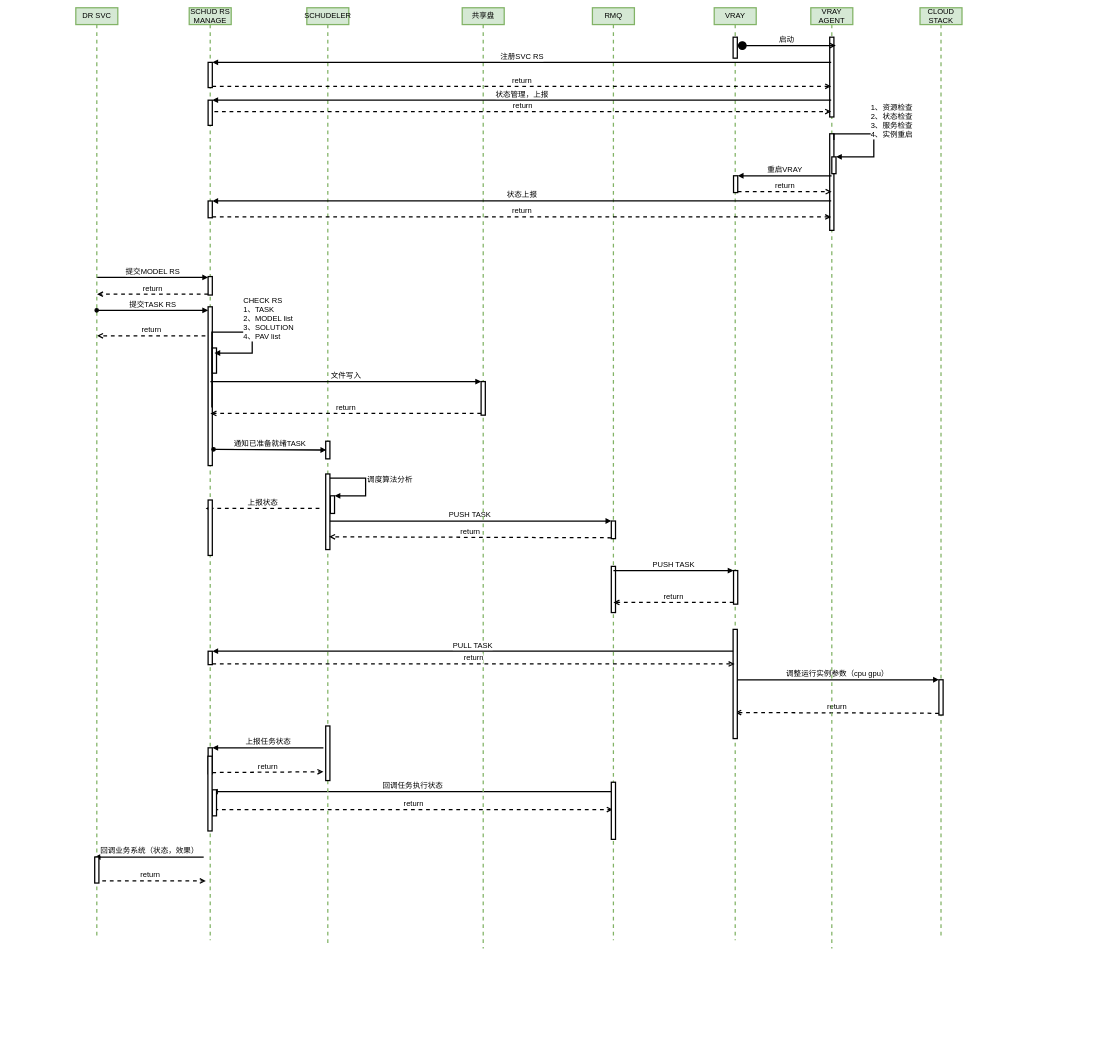
The draw.io diagram 平台2.0/云渲染调度时序图.drawio in Msimplehub/abbysun, before the edit. Source tidied: cells renumbered, new cells numbered last; positions are measured from the earlier drawing's top-left corner, leaving out a move shared by most shapes. Both pictures are drawn from the tidied source at 42%, with x=0, y=0 at pixel (76, 8).
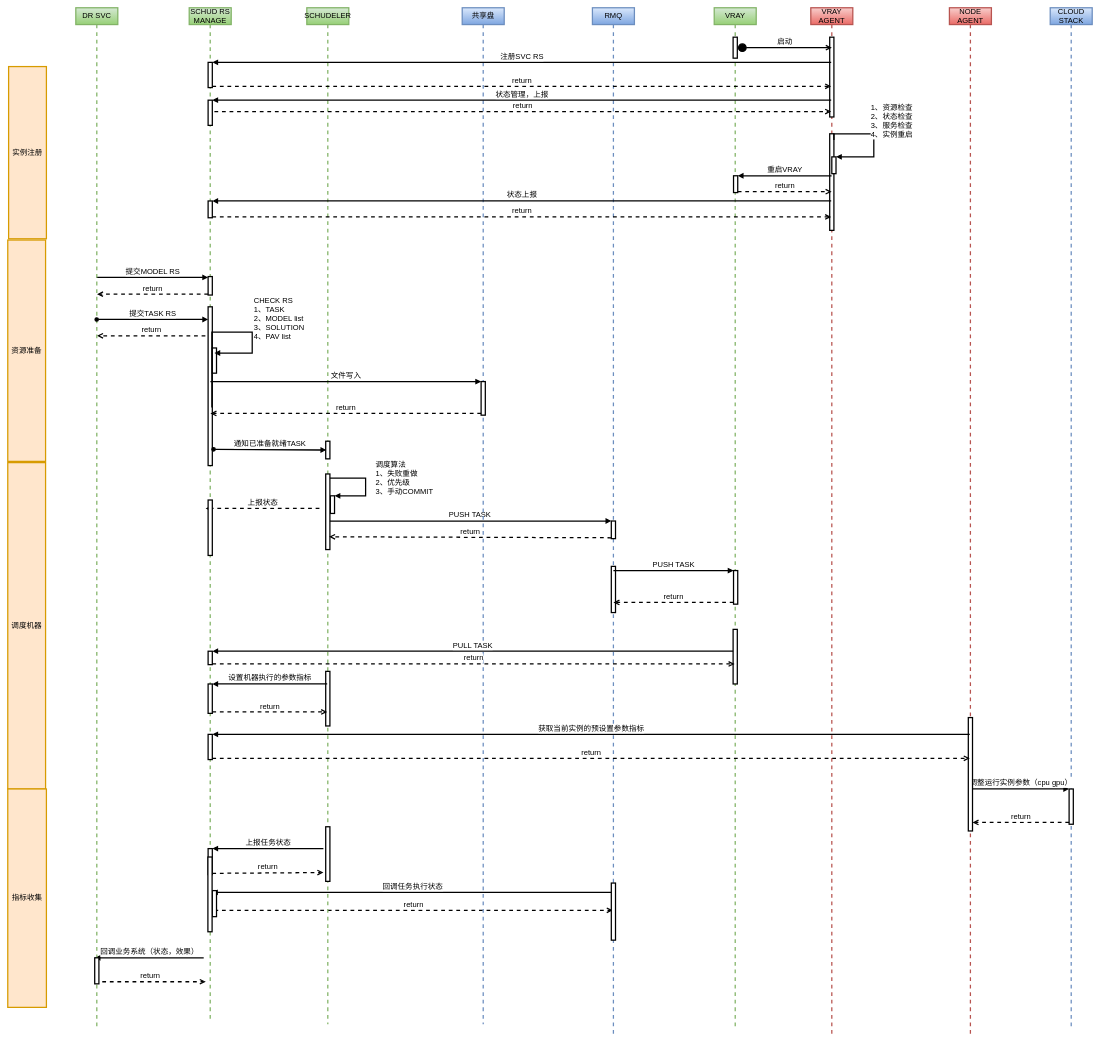
The same page after the edit.

Commit message (it also covers changes not shown here):
Update 云渲染调度时序图.drawio

The change refers to these unchanged cells:
```xml
<mxCell id="24" style="html=1;points=[];perimeter=orthogonalPerimeter;strokeWidth=3;fontSize=18;" parent="23" vertex="1">
  <mxGeometry x="45" y="712" width="10" height="378" as="geometry" />
</mxCell>
<mxCell id="38" style="html=1;points=[];perimeter=orthogonalPerimeter;strokeWidth=3;fontSize=18;" parent="36" vertex="1">
  <mxGeometry x="56" y="1162" width="10" height="42" as="geometry" />
</mxCell>
<mxCell id="52" style="html=1;points=[];perimeter=orthogonalPerimeter;fontSize=18;strokeWidth=3;" parent="48" vertex="1">
  <mxGeometry x="45" y="70" width="10" height="50" as="geometry" />
</mxCell>
```

Diff of the diagram source:
```diff
@@
-    <mxCell id="2" value="CLOUD STACK" style="shape=umlLifeline;perimeter=lifelinePerimeter;whiteSpace=wrap;html=1;fillColor=#d5e8d4;strokeColor=#82b366;strokeWidth=3;fontSize=18;" parent="1" vertex="1">
-      <mxGeometry x="2010" width="100" height="2210" as="geometry" />
+    <mxCell id="2" value="CLOUD STACK" style="shape=umlLifeline;perimeter=lifelinePerimeter;whiteSpace=wrap;html=1;fillColor=#dae8fc;strokeWidth=3;fontSize=18;strokeColor=#6c8ebf;gradientColor=#7ea6e0;" parent="1" vertex="1">
+      <mxGeometry x="2320" width="100" height="2430" as="geometry" />
     </mxCell>
     <mxCell id="3" style="html=1;points=[];perimeter=orthogonalPerimeter;strokeWidth=3;fontSize=18;" parent="2" vertex="1">
-      <mxGeometry x="45" y="1600" width="10" height="84" as="geometry" />
+      <mxGeometry x="45" y="1860" width="10" height="84" as="geometry" />
     </mxCell>
@@
-    <mxCell id="7" value="回调任务执行状态" style="html=1;verticalAlign=bottom;endArrow=block;rounded=0;entryX=0.943;entryY=0.329;entryDx=0;entryDy=0;entryPerimeter=0;strokeWidth=3;fontSize=18;" parent="1" edge="1" source="44">
+    <mxCell id="7" value="回调任务执行状态" style="html=1;verticalAlign=bottom;endArrow=block;rounded=0;entryX=0.943;entryY=0.329;entryDx=0;entryDy=0;entryPerimeter=0;strokeWidth=3;fontSize=18;" parent="1" edge="1">
       <mxGeometry relative="1" as="geometry">
-        <mxPoint x="324.4" y="1866.4" as="targetPoint" />
+        <mxPoint x="1278.5" y="2106.4" as="sourcePoint" />
+        <mxPoint x="324.4" y="2106.4" as="targetPoint" />
       </mxGeometry>
     </mxCell>
-    <mxCell id="8" value="return" style="html=1;verticalAlign=bottom;endArrow=open;dashed=1;endSize=8;rounded=0;strokeWidth=3;fontSize=18;" parent="1" edge="1" target="44">
+    <mxCell id="8" value="return" style="html=1;verticalAlign=bottom;endArrow=open;dashed=1;endSize=8;rounded=0;strokeWidth=3;fontSize=18;" parent="1" edge="1">
       <mxGeometry relative="1" as="geometry">
-        <mxPoint x="330" y="1909" as="sourcePoint" />
+        <mxPoint x="330" y="2149" as="sourcePoint" />
+        <mxPoint x="1278.5" y="2149" as="targetPoint" />
       </mxGeometry>
     </mxCell>
     <mxCell id="9" value="回调业务系统（状态，效果）" style="html=1;verticalAlign=bottom;endArrow=block;entryX=1;entryY=0;rounded=0;strokeWidth=3;fontSize=18;" parent="1" edge="1">
       <mxGeometry relative="1" as="geometry">
-        <mxPoint x="304.5" y="2022" as="sourcePoint" />
-        <mxPoint x="45" y="2022" as="targetPoint" />
+        <mxPoint x="304.5" y="2262" as="sourcePoint" />
+        <mxPoint x="45" y="2262" as="targetPoint" />
       </mxGeometry>
     </mxCell>
     <mxCell id="10" value="return" style="html=1;verticalAlign=bottom;endArrow=open;dashed=1;endSize=8;exitX=1;exitY=0.95;rounded=0;strokeWidth=3;fontSize=18;" parent="1" edge="1">
       <mxGeometry relative="1" as="geometry">
-        <mxPoint x="45" y="2079" as="sourcePoint" />
-        <mxPoint x="309.5" y="2079" as="targetPoint" />
+        <mxPoint x="45" y="2319" as="sourcePoint" />
+        <mxPoint x="309.5" y="2319" as="targetPoint" />
       </mxGeometry>
     </mxCell>
     <mxCell id="11" value="上报任务状态" style="html=1;verticalAlign=bottom;endArrow=block;entryX=1;entryY=0;rounded=0;strokeWidth=3;fontSize=18;" parent="1" edge="1" target="30">
       <mxGeometry relative="1" as="geometry">
-        <mxPoint x="589.5" y="1762" as="sourcePoint" />
+        <mxPoint x="589.5" y="2002" as="sourcePoint" />
       </mxGeometry>
     </mxCell>
     <mxCell id="12" value="return" style="html=1;verticalAlign=bottom;endArrow=open;dashed=1;endSize=8;exitX=1;exitY=0.95;rounded=0;strokeWidth=3;fontSize=18;" parent="1" edge="1" source="30">
       <mxGeometry relative="1" as="geometry">
-        <mxPoint x="589.5" y="1819" as="targetPoint" />
+        <mxPoint x="589.5" y="2059" as="targetPoint" />
       </mxGeometry>
     </mxCell>
@@
-    <mxCell id="14" value="调整运行实例参数（cpu gpu）" style="html=1;verticalAlign=bottom;endArrow=block;entryX=0;entryY=0;rounded=0;strokeWidth=3;fontSize=18;" parent="1" edge="1" target="3">
-      <mxGeometry relative="1" as="geometry">
-        <mxPoint x="1570" y="1600" as="sourcePoint" />
-      </mxGeometry>
+    <mxCell id="14" value="调整运行实例参数（cpu gpu）" style="html=1;verticalAlign=bottom;endArrow=block;entryX=0;entryY=0;rounded=0;strokeWidth=3;fontSize=18;" parent="1" edge="1" source="78" target="3">
+      <mxGeometry relative="1" as="geometry" />
     </mxCell>
-    <mxCell id="15" value="return" style="html=1;verticalAlign=bottom;endArrow=open;dashed=1;endSize=8;exitX=0;exitY=0.95;rounded=0;strokeWidth=3;fontSize=18;" parent="1" edge="1" source="3">
-      <mxGeometry relative="1" as="geometry">
-        <mxPoint x="1570" y="1678" as="targetPoint" />
-      </mxGeometry>
+    <mxCell id="15" value="return" style="html=1;verticalAlign=bottom;endArrow=open;dashed=1;endSize=8;exitX=0;exitY=0.95;rounded=0;strokeWidth=3;fontSize=18;" parent="1" edge="1" source="3" target="78">
+      <mxGeometry relative="1" as="geometry" />
     </mxCell>
-    <mxCell id="16" value="VRAY AGENT" style="shape=umlLifeline;perimeter=lifelinePerimeter;whiteSpace=wrap;html=1;outlineConnect=0;fillColor=#d5e8d4;strokeColor=#82b366;strokeWidth=3;fontSize=18;" parent="1" vertex="1">
-      <mxGeometry x="1750" width="100" height="2240" as="geometry" />
+    <mxCell id="16" value="VRAY AGENT" style="shape=umlLifeline;perimeter=lifelinePerimeter;whiteSpace=wrap;html=1;outlineConnect=0;fillColor=#f8cecc;strokeWidth=3;fontSize=18;strokeColor=#b85450;gradientColor=#ea6b66;" parent="1" vertex="1">
+      <mxGeometry x="1750" width="100" height="2450" as="geometry" />
     </mxCell>
@@
-    <mxCell id="21" value="DR SVC" style="shape=umlLifeline;perimeter=lifelinePerimeter;whiteSpace=wrap;html=1;outlineConnect=0;fillColor=#d5e8d4;strokeColor=#82b366;strokeWidth=3;fontSize=18;" parent="16" vertex="1">
-      <mxGeometry x="-1750" width="100" height="2210" as="geometry" />
+    <mxCell id="21" value="DR SVC" style="shape=umlLifeline;perimeter=lifelinePerimeter;whiteSpace=wrap;html=1;outlineConnect=0;fillColor=#d5e8d4;strokeWidth=3;fontSize=18;strokeColor=#82b366;gradientColor=#97d077;" parent="16" vertex="1">
+      <mxGeometry x="-1750" width="100" height="2430" as="geometry" />
     </mxCell>
     <mxCell id="22" style="html=1;perimeter=orthogonalPerimeter;strokeWidth=3;fontSize=18;" parent="21" vertex="1">
-      <mxGeometry x="45" y="2022" width="10" height="62" as="geometry" />
+      <mxGeometry x="45" y="2262" width="10" height="62" as="geometry" />
     </mxCell>
-    <mxCell id="23" value="SCHUD RS MANAGE" style="shape=umlLifeline;perimeter=lifelinePerimeter;whiteSpace=wrap;html=1;outlineConnect=0;fillColor=#d5e8d4;strokeColor=#82b366;strokeWidth=3;fontSize=18;" parent="16" vertex="1">
-      <mxGeometry x="-1480" width="100" height="2220" as="geometry" />
+    <mxCell id="23" value="SCHUD RS MANAGE" style="shape=umlLifeline;perimeter=lifelinePerimeter;whiteSpace=wrap;html=1;outlineConnect=0;fillColor=#d5e8d4;strokeWidth=3;fontSize=18;strokeColor=#82b366;gradientColor=#97d077;" parent="16" vertex="1">
+      <mxGeometry x="-1480" width="100" height="2410" as="geometry" />
     </mxCell>
@@
-    <mxCell id="28" value="CHECK RS&lt;br style=&quot;font-size: 18px&quot;&gt;1、TASK&lt;br style=&quot;font-size: 18px&quot;&gt;2、MODEL list&lt;br style=&quot;font-size: 18px&quot;&gt;3、SOLUTION&lt;br&gt;4、PAV list" style="edgeStyle=orthogonalEdgeStyle;html=1;align=left;spacingLeft=2;endArrow=block;rounded=0;exitX=0.9;exitY=0.634;exitDx=0;exitDy=0;exitPerimeter=0;strokeWidth=3;fontSize=18;" parent="23" edge="1" source="24">
-      <mxGeometry x="0.21" y="30" relative="1" as="geometry">
+    <mxCell id="28" value="CHECK RS&lt;br style=&quot;font-size: 18px&quot;&gt;1、TASK&lt;br style=&quot;font-size: 18px&quot;&gt;2、MODEL list&lt;br style=&quot;font-size: 18px&quot;&gt;3、SOLUTION&lt;br&gt;4、PAV list" style="edgeStyle=orthogonalEdgeStyle;html=1;align=left;spacingLeft=2;endArrow=block;rounded=0;exitX=0.9;exitY=0.634;exitDx=0;exitDy=0;exitPerimeter=0;strokeWidth=3;fontSize=18;" parent="23" edge="1">
+      <mxGeometry x="0.33" y="-32" relative="1" as="geometry">
+        <mxPoint x="54" y="951.7" as="sourcePoint" />
         <mxPoint x="60" y="822" as="targetPoint" />
         <Array as="points">
           <mxPoint x="54" y="772" />
           <mxPoint x="150" y="772" />
           <mxPoint x="150" y="822" />
         </Array>
-        <mxPoint y="-1" as="offset" />
+        <mxPoint x="32" y="-31" as="offset" />
       </mxGeometry>
     </mxCell>
     <mxCell id="29" style="html=1;perimeter=orthogonalPerimeter;strokeWidth=3;fontSize=18;" parent="23" vertex="1">
-      <mxGeometry x="55" y="1862" width="10" height="62" as="geometry" />
+      <mxGeometry x="55" y="2102" width="10" height="62" as="geometry" />
     </mxCell>
     <mxCell id="30" style="html=1;points=[];perimeter=orthogonalPerimeter;strokeWidth=3;fontSize=18;" parent="23" vertex="1">
-      <mxGeometry x="45" y="1762" width="10" height="62" as="geometry" />
+      <mxGeometry x="45" y="2002" width="10" height="62" as="geometry" />
     </mxCell>
@@
     <mxCell id="35" style="html=1;perimeter=orthogonalPerimeter;fontSize=18;strokeWidth=3;" parent="23" vertex="1">
-      <mxGeometry x="44.5" y="1782" width="10" height="178" as="geometry" />
+      <mxGeometry x="44.5" y="2022" width="10" height="178" as="geometry" />
     </mxCell>
+    <mxCell id="72" style="html=1;points=[];perimeter=orthogonalPerimeter;fontSize=18;strokeWidth=3;" parent="23" vertex="1">
+      <mxGeometry x="45" y="1610" width="10" height="70" as="geometry" />
+    </mxCell>
+    <mxCell id="73" style="html=1;points=[];perimeter=orthogonalPerimeter;fontSize=18;strokeWidth=3;" parent="23" vertex="1">
+      <mxGeometry x="45" y="1730" width="10" height="60" as="geometry" />
+    </mxCell>
-    <mxCell id="36" value="SCHUDELER" style="shape=umlLifeline;perimeter=lifelinePerimeter;whiteSpace=wrap;html=1;outlineConnect=0;fillColor=#d5e8d4;strokeColor=#82b366;strokeWidth=3;fontSize=18;" parent="16" vertex="1">
-      <mxGeometry x="-1200" width="100" height="2230" as="geometry" />
+    <mxCell id="36" value="SCHUDELER" style="shape=umlLifeline;perimeter=lifelinePerimeter;whiteSpace=wrap;html=1;outlineConnect=0;fillColor=#d5e8d4;strokeWidth=3;fontSize=18;strokeColor=#82b366;gradientColor=#97d077;" parent="16" vertex="1">
+      <mxGeometry x="-1200" width="100" height="2420" as="geometry" />
     </mxCell>
@@
-    <mxCell id="39" value="调度算法分析" style="edgeStyle=orthogonalEdgeStyle;html=1;align=left;spacingLeft=2;endArrow=block;rounded=0;entryX=1;entryY=0;strokeWidth=3;fontSize=18;" parent="36" edge="1" target="38">
-      <mxGeometry relative="1" as="geometry">
+    <mxCell id="39" value="调度算法&lt;br&gt;1、失败重做&lt;br&gt;2、优先级&lt;br&gt;3、手动COMMIT&lt;br&gt;" style="edgeStyle=orthogonalEdgeStyle;html=1;align=left;spacingLeft=2;endArrow=block;rounded=0;entryX=1;entryY=0;strokeWidth=3;fontSize=18;" parent="36" edge="1" target="38">
+      <mxGeometry x="-0.02" y="20" relative="1" as="geometry">
         <mxPoint x="51" y="1142" as="sourcePoint" />
         <Array as="points">
           <mxPoint x="51" y="1120" />
           <mxPoint x="140" y="1120" />
           <mxPoint x="140" y="1162" />
         </Array>
       </mxGeometry>
     </mxCell>
@@
     <mxCell id="41" style="html=1;perimeter=orthogonalPerimeter;fontSize=18;strokeWidth=3;" parent="36" vertex="1">
-      <mxGeometry x="45" y="1710" width="10" height="130" as="geometry" />
+      <mxGeometry x="45" y="1950" width="10" height="130" as="geometry" />
     </mxCell>
+    <mxCell id="74" style="html=1;perimeter=orthogonalPerimeter;fontSize=18;strokeWidth=3;" parent="36" vertex="1">
+      <mxGeometry x="45" y="1580" width="10" height="130" as="geometry" />
+    </mxCell>
-    <mxCell id="42" value="共享盘" style="shape=umlLifeline;perimeter=lifelinePerimeter;whiteSpace=wrap;html=1;fontSize=18;strokeWidth=3;fillColor=#d5e8d4;strokeColor=#82b366;" parent="16" vertex="1">
-      <mxGeometry x="-830" width="100" height="2240" as="geometry" />
+    <mxCell id="42" value="共享盘" style="shape=umlLifeline;perimeter=lifelinePerimeter;whiteSpace=wrap;html=1;fontSize=18;strokeWidth=3;fillColor=#dae8fc;strokeColor=#6c8ebf;gradientColor=#7ea6e0;" parent="16" vertex="1">
+      <mxGeometry x="-830" width="100" height="2420" as="geometry" />
     </mxCell>
@@
-    <mxCell id="44" value="RMQ" style="shape=umlLifeline;perimeter=lifelinePerimeter;whiteSpace=wrap;html=1;outlineConnect=0;fontSize=18;strokeWidth=3;fillColor=#d5e8d4;strokeColor=#82b366;" parent="16" vertex="1">
-      <mxGeometry x="-520" width="100" height="2220" as="geometry" />
+    <mxCell id="44" value="RMQ" style="shape=umlLifeline;perimeter=lifelinePerimeter;whiteSpace=wrap;html=1;outlineConnect=0;fontSize=18;strokeWidth=3;fillColor=#dae8fc;strokeColor=#6c8ebf;gradientColor=#7ea6e0;" parent="16" vertex="1">
+      <mxGeometry x="-520" width="100" height="2450" as="geometry" />
     </mxCell>
@@
     <mxCell id="47" style="html=1;perimeter=orthogonalPerimeter;fontSize=18;strokeWidth=3;" parent="44" vertex="1">
-      <mxGeometry x="45" y="1844" width="10" height="136" as="geometry" />
+      <mxGeometry x="45" y="2084" width="10" height="136" as="geometry" />
     </mxCell>
-    <mxCell id="48" value="VRAY" style="shape=umlLifeline;perimeter=lifelinePerimeter;whiteSpace=wrap;html=1;outlineConnect=0;fillColor=#d5e8d4;strokeColor=#82b366;strokeWidth=3;fontSize=18;" parent="16" vertex="1">
-      <mxGeometry x="-230" width="100" height="2220" as="geometry" />
+    <mxCell id="48" value="VRAY" style="shape=umlLifeline;perimeter=lifelinePerimeter;whiteSpace=wrap;html=1;outlineConnect=0;fillColor=#d5e8d4;strokeWidth=3;fontSize=18;strokeColor=#82b366;gradientColor=#97d077;" parent="16" vertex="1">
+      <mxGeometry x="-230" width="100" height="2430" as="geometry" />
     </mxCell>
     <mxCell id="49" value="启动" style="html=1;verticalAlign=bottom;startArrow=circle;startFill=1;endArrow=open;startSize=6;endSize=8;rounded=0;strokeWidth=3;fontSize=18;" parent="48" edge="1" source="52">
       <mxGeometry relative="1" as="geometry">
-        <mxPoint x="289.5" y="90" as="targetPoint" />
+        <mxPoint x="280" y="95" as="targetPoint" />
       </mxGeometry>
     </mxCell>
@@
     <mxCell id="53" style="html=1;points=[];perimeter=orthogonalPerimeter;fontSize=18;strokeWidth=3;" parent="48" vertex="1">
-      <mxGeometry x="45" y="1480" width="10" height="260" as="geometry" />
+      <mxGeometry x="45" y="1480" width="10" height="130" as="geometry" />
     </mxCell>
@@
-    <mxCell id="61" value="提交TASK RS" style="html=1;verticalAlign=bottom;startArrow=oval;endArrow=block;startSize=8;rounded=0;exitX=0.497;exitY=0.326;exitDx=0;exitDy=0;exitPerimeter=0;strokeWidth=3;fontSize=18;" parent="16" edge="1" source="21" target="24">
-      <mxGeometry relative="1" as="geometry" />
+    <mxCell id="61" value="提交TASK RS" style="html=1;verticalAlign=bottom;startArrow=oval;endArrow=block;startSize=8;rounded=0;exitX=0.497;exitY=0.326;exitDx=0;exitDy=0;exitPerimeter=0;strokeWidth=3;fontSize=18;" parent="16" edge="1">
+      <mxGeometry relative="1" as="geometry">
+        <mxPoint x="-1700.3" y="742.2" as="sourcePoint" />
+        <mxPoint x="-1435" y="742.2" as="targetPoint" />
+      </mxGeometry>
     </mxCell>
@@
+    <mxCell id="75" value="设置机器执行的参数指标" style="html=1;verticalAlign=bottom;endArrow=block;entryX=1;entryY=0;rounded=0;fontSize=18;strokeWidth=3;" parent="16" edge="1" source="36" target="72">
+      <mxGeometry relative="1" as="geometry" />
+    </mxCell>
+    <mxCell id="76" value="return" style="html=1;verticalAlign=bottom;endArrow=open;dashed=1;endSize=8;exitX=1;exitY=0.95;rounded=0;fontSize=18;strokeWidth=3;" parent="16" edge="1" source="72" target="36">
+      <mxGeometry relative="1" as="geometry" />
+    </mxCell>
@@
+    <mxCell id="77" value="NODE AGENT" style="shape=umlLifeline;perimeter=lifelinePerimeter;whiteSpace=wrap;html=1;outlineConnect=0;fontSize=18;strokeWidth=3;fillColor=#f8cecc;strokeColor=#b85450;gradientColor=#ea6b66;" parent="1" vertex="1">
+      <mxGeometry x="2080" width="100" height="2450" as="geometry" />
+    </mxCell>
+    <mxCell id="78" style="html=1;points=[];perimeter=orthogonalPerimeter;fontSize=18;strokeWidth=3;" parent="77" vertex="1">
+      <mxGeometry x="45" y="1690" width="10" height="270" as="geometry" />
+    </mxCell>
+    <mxCell id="79" value="获取当前实例的预设置参数指标" style="html=1;verticalAlign=bottom;endArrow=block;entryX=1;entryY=0;rounded=0;fontSize=18;strokeWidth=3;" parent="1" edge="1" source="77" target="73">
+      <mxGeometry relative="1" as="geometry" />
+    </mxCell>
+    <mxCell id="80" value="return" style="html=1;verticalAlign=bottom;endArrow=open;dashed=1;endSize=8;exitX=1;exitY=0.95;rounded=0;fontSize=18;strokeWidth=3;" parent="1" edge="1" source="73" target="77">
+      <mxGeometry relative="1" as="geometry" />
+    </mxCell>
+    <mxCell id="81" value="实例注册" style="rounded=0;whiteSpace=wrap;html=1;fontSize=18;strokeWidth=3;fillColor=#ffe6cc;strokeColor=#d79b00;" parent="1" vertex="1">
+      <mxGeometry x="-160" y="140" width="90" height="410" as="geometry" />
+    </mxCell>
+    <mxCell id="82" value="资源准备" style="rounded=0;whiteSpace=wrap;html=1;fontSize=18;strokeWidth=3;fillColor=#ffe6cc;strokeColor=#d79b00;" parent="1" vertex="1">
+      <mxGeometry x="-162" y="553" width="90" height="527" as="geometry" />
+    </mxCell>
+    <mxCell id="83" value="调度机器" style="rounded=0;whiteSpace=wrap;html=1;fontSize=18;strokeWidth=3;fillColor=#ffe6cc;strokeColor=#d79b00;" parent="1" vertex="1">
+      <mxGeometry x="-162" y="1083" width="90" height="777" as="geometry" />
+    </mxCell>
+    <mxCell id="84" value="指标收集" style="rounded=0;whiteSpace=wrap;html=1;fontSize=18;strokeWidth=3;fillColor=#ffe6cc;strokeColor=#d79b00;" parent="1" vertex="1">
+      <mxGeometry x="-162" y="1860" width="92" height="520" as="geometry" />
+    </mxCell>
```
